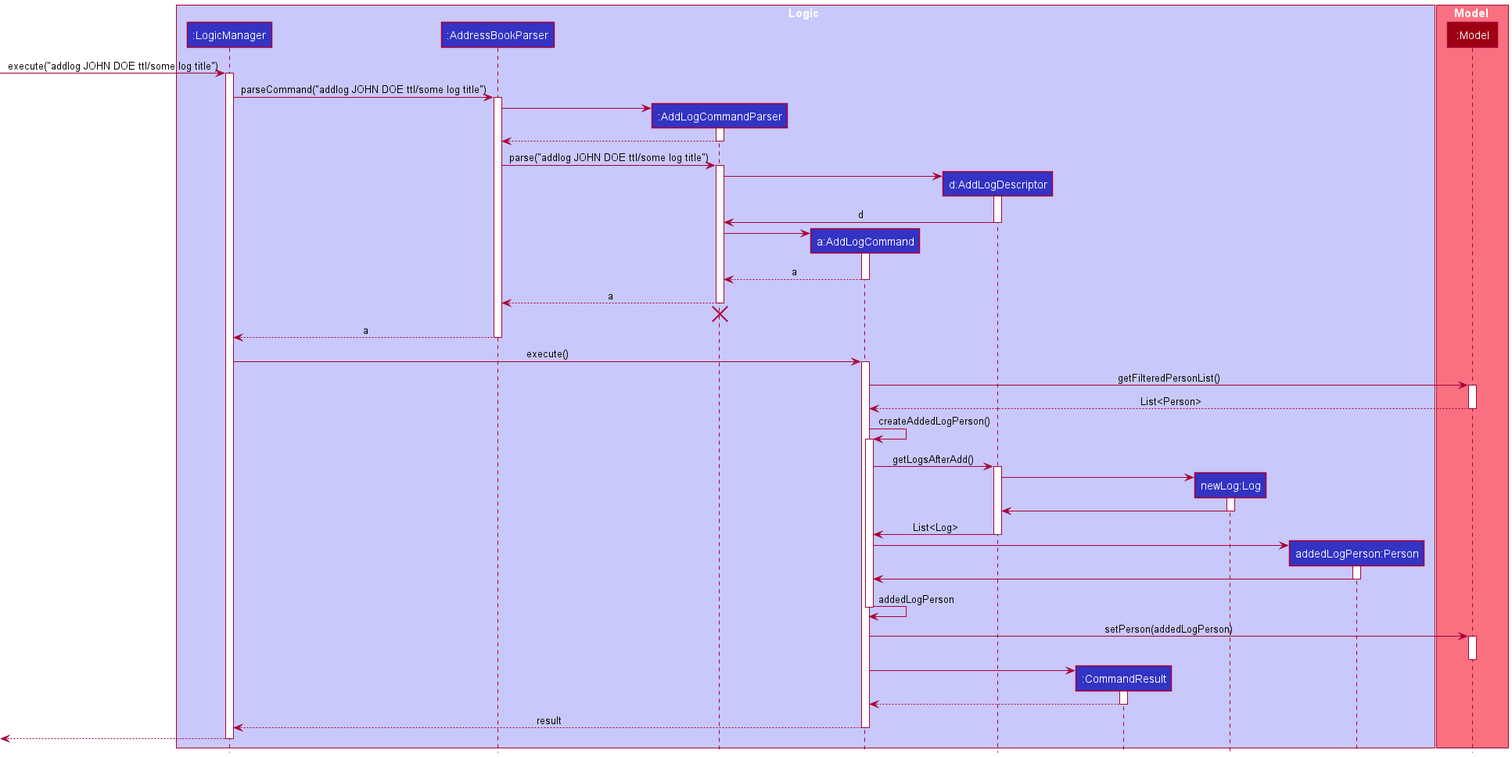
Above: docs/images/AddLogSequenceDiagram.png in nus-cs2103-AY2122S2/tp (PlantUML), before the change. Its diagram source:
```plantuml
@startuml
!include style.puml

box Logic LOGIC_COLOR_T1
participant ":LogicManager" as LogicManager LOGIC_COLOR
participant ":AddressBookParser" as AddressBookParser LOGIC_COLOR
participant ":AddLogCommandParser" as AddLogCommandParser LOGIC_COLOR
participant "a:AddLogCommand" as AddLogCommand LOGIC_COLOR
participant "d:AddLogDescriptor" as AddLogDescriptor LOGIC_COLOR
participant ":CommandResult" as CommandResult LOGIC_COLOR
participant "newLog:Log" as newLog LOGIC_COLOR
participant "addedLogPerson:Person" as addedLogPerson LOGIC_COLOR
end box


box Model MODEL_COLOR_T1
participant ":Model" as Model MODEL_COLOR
end box

[-> LogicManager : execute("addlog JOHN DOE ttl/some log title")
activate LogicManager

LogicManager -> AddressBookParser : parseCommand("addlog JOHN DOE ttl/some log title")
activate AddressBookParser

create AddLogCommandParser
AddressBookParser -> AddLogCommandParser
activate AddLogCommandParser

AddLogCommandParser --> AddressBookParser
deactivate AddLogCommandParser

AddressBookParser -> AddLogCommandParser : parse("addlog JOHN DOE ttl/some log title")
activate AddLogCommandParser

create AddLogDescriptor
AddLogCommandParser -> AddLogDescriptor
activate AddLogDescriptor

AddLogDescriptor -> AddLogCommandParser : d
deactivate AddLogDescriptor

create AddLogCommand
AddLogCommandParser -> AddLogCommand
activate AddLogCommand

AddLogCommand --> AddLogCommandParser : a
deactivate AddLogCommand

AddLogCommandParser --> AddressBookParser : a
deactivate AddLogCommandParser

AddLogCommandParser -[hidden]-> AddressBookParser
destroy AddLogCommandParser

AddressBookParser --> LogicManager : a
deactivate AddressBookParser

LogicManager -> AddLogCommand : execute()
activate AddLogCommand

AddLogCommand -> Model : getFilteredPersonList()
activate Model

Model --> AddLogCommand : List<Person>
deactivate Model

AddLogCommand -> AddLogCommand : createAddedLogPerson()
activate AddLogCommand

AddLogCommand -> AddLogDescriptor : getLogsAfterAdd()
activate AddLogDescriptor

create newLog
AddLogDescriptor -> newLog
activate newLog
newLog -> AddLogDescriptor
deactivate newLog

AddLogDescriptor -> AddLogCommand : List<Log>
deactivate AddLogDescriptor

create addedLogPerson
AddLogCommand -> addedLogPerson
activate addedLogPerson
addedLogPerson -> AddLogCommand
deactivate addedLogPerson

AddLogCommand -> AddLogCommand : addedLogPerson
deactivate AddLogCommand

AddLogCommand -> Model : setPerson(addedLogPerson)
activate Model
deactivate Model

create CommandResult
AddLogCommand -> CommandResult
activate CommandResult

CommandResult --> AddLogCommand
deactivate CommandResult

AddLogCommand --> LogicManager : result
deactivate AddLogCommand

[<--LogicManager
deactivate LogicManager
@enduml
```
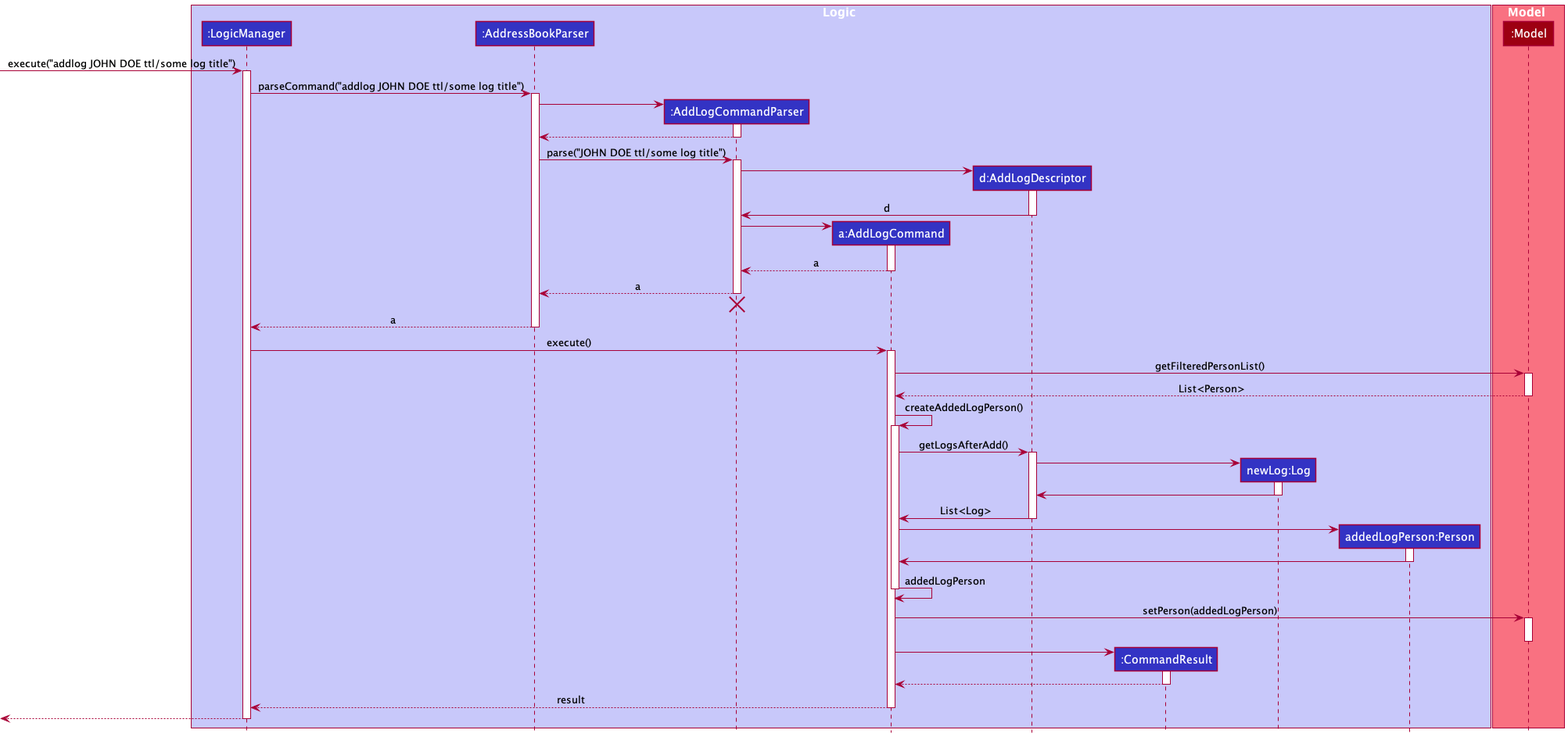
After the commit.

Commit message:
Fix typo in diagram

Diff of the diagram source:
```diff
@@ -30,7 +30,7 @@
 AddLogCommandParser --> AddressBookParser
 deactivate AddLogCommandParser
 
-AddressBookParser -> AddLogCommandParser : parse("addlog JOHN DOE ttl/some log title")
+AddressBookParser -> AddLogCommandParser : parse("JOHN DOE ttl/some log title")
 activate AddLogCommandParser
 
 create AddLogDescriptor
```
